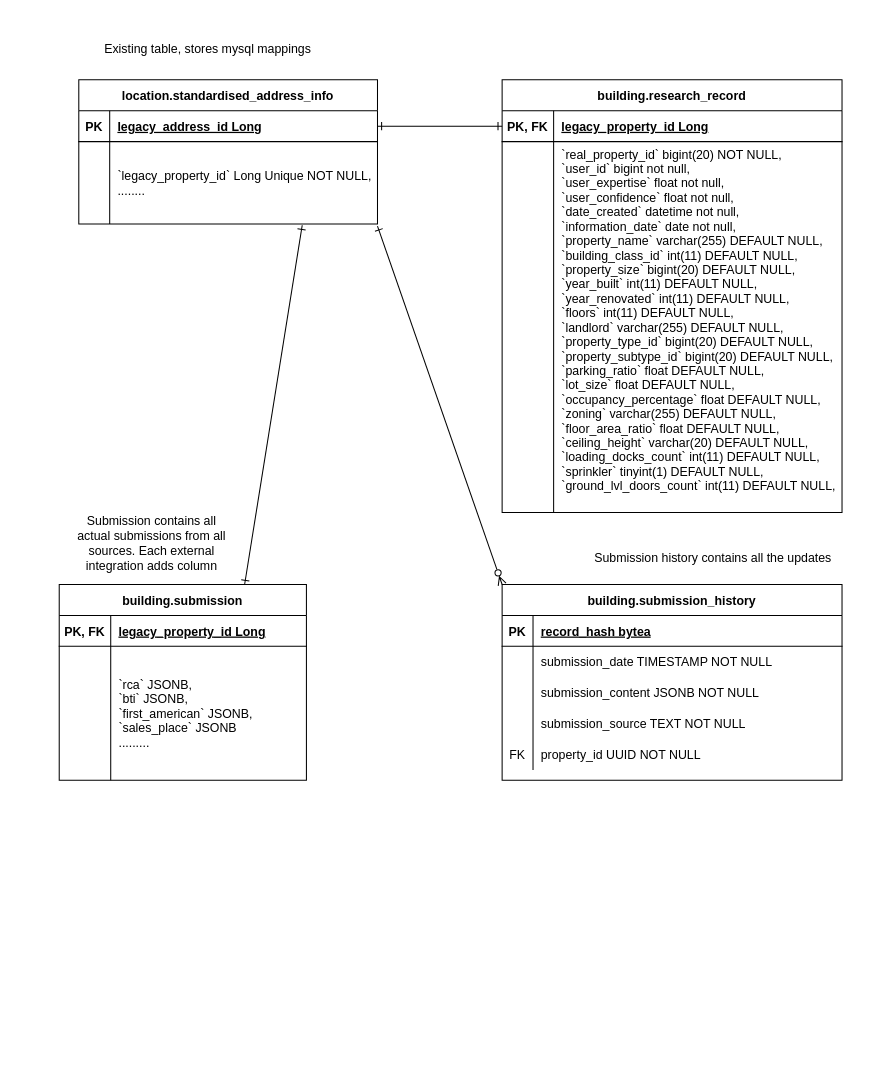
dmitry-worker/schema_gen keeps this draw.io diagram as Untitled Diagram.drawio. Above is the earlier version. Source tidied: cells renumbered, new cells numbered last; positions are measured from the earlier drawing's top-left corner, leaving out a move shared by most shapes. Both pictures are drawn from the tidied source at 103%, with x=0, y=0 at pixel (59, 18).
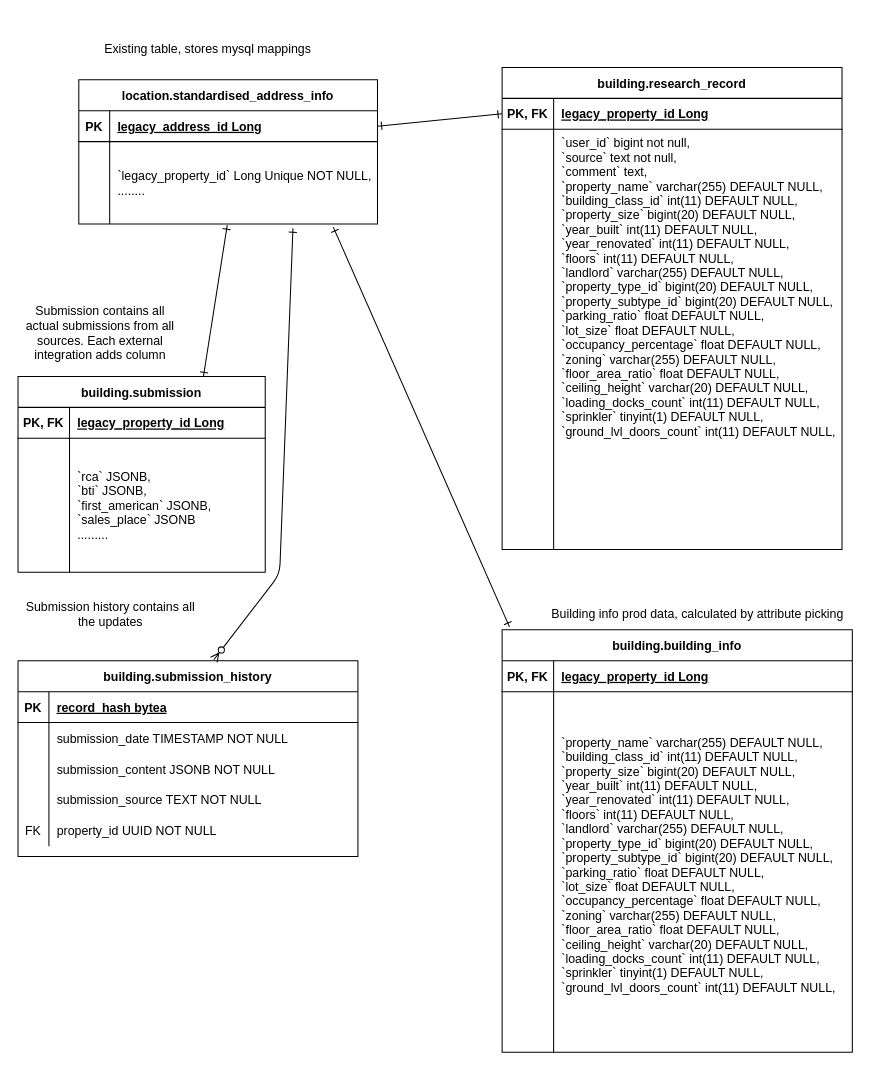
After the change.

Unchanged cells that the change refers to:
```xml
<mxCell id="29" style="shape=partialRectangle;fillColor=none;points=[[0,0.5],[1,0.5]];portConstraint=eastwest;top=0;left=0;right=0;bottom=0;" parent="25" vertex="1">
  <mxGeometry y="60" width="290" height="80" as="geometry" />
</mxCell>
```

Diff of the diagram source:
```diff
@@
     <mxCell id="2" value="building.submission" style="shape=table;startSize=30;childLayout=tableLayout;rowLines=0;fontStyle=1;align=center;" parent="1" vertex="1">
-      <mxGeometry y="550" width="240" height="190" as="geometry" />
+      <mxGeometry x="-40" y="348" width="240" height="190" as="geometry" />
     </mxCell>
@@
     <mxCell id="9" value="building.submission_history" style="shape=table;startSize=30;childLayout=tableLayout;rowLines=0;fontStyle=1;align=center;" parent="1" vertex="1">
-      <mxGeometry x="430" y="550" width="330" height="190" as="geometry" />
+      <mxGeometry x="-40" y="624" width="330" height="190" as="geometry" />
     </mxCell>
@@
-    <mxCell id="32" style="endArrow=ERone;html=1;rounded=1;entryX=0.748;entryY=1.015;entryDx=0;entryDy=0;exitX=0.75;exitY=0;exitDx=0;exitDy=0;startArrow=ERone;startFill=0;endFill=0;entryPerimeter=0;" parent="1" edge="1" source="2" target="29">
+    <mxCell id="32" style="endArrow=ERone;html=1;rounded=1;entryX=0.497;entryY=1.013;entryDx=0;entryDy=0;exitX=0.75;exitY=0;exitDx=0;exitDy=0;startArrow=ERone;startFill=0;endFill=0;entryPerimeter=0;" parent="1" edge="1" source="2" target="29">
       <mxGeometry relative="1" as="geometry" />
     </mxCell>
     <mxCell id="33" value="building.research_record" style="shape=table;startSize=30;childLayout=tableLayout;rowLines=0;fontStyle=1;align=center;" parent="1" vertex="1">
-      <mxGeometry x="430" y="60" width="330" height="420" as="geometry" />
+      <mxGeometry x="430" y="48" width="330" height="468" as="geometry" />
     </mxCell>
@@
     <mxCell id="37" style="shape=partialRectangle;fillColor=none;top=0;left=0;right=0;bottom=0;" parent="33" vertex="1">
-      <mxGeometry y="60" width="330" height="360" as="geometry" />
+      <mxGeometry y="60" width="330" height="408" as="geometry" />
     </mxCell>
     <mxCell id="38" style="shape=partialRectangle;overflow=hidden;fillColor=none;top=0;left=0;bottom=0;right=0;" parent="37" vertex="1">
-      <mxGeometry width="50" height="360" as="geometry" />
+      <mxGeometry width="50" height="408" as="geometry" />
     </mxCell>
-    <mxCell id="39" value="`real_property_id` bigint(20) NOT NULL,&#10;`user_id` bigint not null,&#10;`user_expertise` float not null,&#10;`user_confidence` float not null,&#10;`date_created` datetime not null,&#10;`information_date` date not null,&#10;`property_name` varchar(255) DEFAULT NULL,&#10;`building_class_id` int(11) DEFAULT NULL,&#10;`property_size` bigint(20) DEFAULT NULL,&#10;`year_built` int(11) DEFAULT NULL,&#10;`year_renovated` int(11) DEFAULT NULL,&#10;`floors` int(11) DEFAULT NULL,&#10;`landlord` varchar(255) DEFAULT NULL,&#10;`property_type_id` bigint(20) DEFAULT NULL,&#10;`property_subtype_id` bigint(20) DEFAULT NULL,&#10;`parking_ratio` float DEFAULT NULL,&#10;`lot_size` float DEFAULT NULL,&#10;`occupancy_percentage` float DEFAULT NULL,&#10;`zoning` varchar(255) DEFAULT NULL,&#10;`floor_area_ratio` float DEFAULT NULL,&#10;`ceiling_height` varchar(20) DEFAULT NULL,&#10;`loading_docks_count` int(11) DEFAULT NULL,&#10;`sprinkler` tinyint(1) DEFAULT NULL,&#10;`ground_lvl_doors_count` int(11) DEFAULT NULL,&#10;" style="shape=partialRectangle;overflow=hidden;fillColor=none;top=0;left=0;bottom=0;right=0;align=left;spacingLeft=6;" parent="37" vertex="1">
-      <mxGeometry x="50" width="280" height="360" as="geometry" />
+    <mxCell id="39" value="`user_id` bigint not null,&#10;`source` text not null,&#10;`comment` text,&#10;`property_name` varchar(255) DEFAULT NULL,&#10;`building_class_id` int(11) DEFAULT NULL,&#10;`property_size` bigint(20) DEFAULT NULL,&#10;`year_built` int(11) DEFAULT NULL,&#10;`year_renovated` int(11) DEFAULT NULL,&#10;`floors` int(11) DEFAULT NULL,&#10;`landlord` varchar(255) DEFAULT NULL,&#10;`property_type_id` bigint(20) DEFAULT NULL,&#10;`property_subtype_id` bigint(20) DEFAULT NULL,&#10;`parking_ratio` float DEFAULT NULL,&#10;`lot_size` float DEFAULT NULL,&#10;`occupancy_percentage` float DEFAULT NULL,&#10;`zoning` varchar(255) DEFAULT NULL,&#10;`floor_area_ratio` float DEFAULT NULL,&#10;`ceiling_height` varchar(20) DEFAULT NULL,&#10;`loading_docks_count` int(11) DEFAULT NULL,&#10;`sprinkler` tinyint(1) DEFAULT NULL,&#10;`ground_lvl_doors_count` int(11) DEFAULT NULL,&#10;" style="shape=partialRectangle;overflow=hidden;fillColor=none;top=0;left=0;bottom=0;right=0;align=left;spacingLeft=6;verticalAlign=top;" parent="37" vertex="1">
+      <mxGeometry x="50" width="280" height="408" as="geometry" />
     </mxCell>
@@
     <mxCell id="41" value="Submission contains all actual submissions from all sources. Each external integration adds column" style="text;html=1;strokeColor=none;fillColor=none;align=center;verticalAlign=middle;whiteSpace=wrap;rounded=0;" parent="1" vertex="1">
-      <mxGeometry x="10" y="480" width="160" height="60" as="geometry" />
+      <mxGeometry x="-40" y="276" width="160" height="60" as="geometry" />
     </mxCell>
     <mxCell id="42" value="Submission history contains all the updates" style="text;html=1;strokeColor=none;fillColor=none;align=center;verticalAlign=middle;whiteSpace=wrap;rounded=0;" parent="1" vertex="1">
-      <mxGeometry x="510" y="510" width="250" height="30" as="geometry" />
+      <mxGeometry x="-40" y="564" width="180" height="30" as="geometry" />
     </mxCell>
-    <mxCell id="43" style="endArrow=ERone;html=1;rounded=1;entryX=1;entryY=1.025;entryDx=0;entryDy=0;exitX=0;exitY=0;exitDx=0;exitDy=0;startArrow=ERzeroToMany;startFill=0;endFill=0;entryPerimeter=0;" parent="1" edge="1" source="9" target="29">
-      <mxGeometry relative="1" as="geometry" />
+    <mxCell id="43" style="endArrow=ERone;html=1;rounded=1;entryX=0.717;entryY=1.05;entryDx=0;entryDy=0;exitX=0.576;exitY=-0.005;exitDx=0;exitDy=0;startArrow=ERzeroToMany;startFill=0;endFill=0;entryPerimeter=0;exitPerimeter=0;" parent="1" edge="1" source="9" target="29">
+      <mxGeometry relative="1" as="geometry">
+        <Array as="points">
+          <mxPoint x="214" y="540" />
+        </Array>
+      </mxGeometry>
     </mxCell>
@@
+    <mxCell id="45" value="building.building_info" style="shape=table;startSize=30;childLayout=tableLayout;rowLines=0;fontStyle=1;align=center;" parent="1" vertex="1">
+      <mxGeometry x="430" y="594" width="340" height="410" as="geometry" />
+    </mxCell>
+    <mxCell id="46" style="shape=partialRectangle;fillColor=none;top=0;left=0;right=0;bottom=1;" parent="45" vertex="1">
+      <mxGeometry y="30" width="340" height="30" as="geometry" />
+    </mxCell>
+    <mxCell id="47" value="PK, FK" style="shape=partialRectangle;overflow=hidden;fillColor=none;top=0;left=0;bottom=0;right=0;fontStyle=1;" parent="46" vertex="1">
+      <mxGeometry width="50" height="30" as="geometry" />
+    </mxCell>
+    <mxCell id="48" value="legacy_property_id Long" style="shape=partialRectangle;overflow=hidden;fillColor=none;top=0;left=0;bottom=0;right=0;align=left;spacingLeft=6;fontStyle=5;" parent="46" vertex="1">
+      <mxGeometry x="50" width="290" height="30" as="geometry" />
+    </mxCell>
+    <mxCell id="49" style="shape=partialRectangle;fillColor=none;top=0;left=0;right=0;bottom=0;" parent="45" vertex="1">
+      <mxGeometry y="60" width="340" height="350" as="geometry" />
+    </mxCell>
+    <mxCell id="50" style="shape=partialRectangle;overflow=hidden;fillColor=none;top=0;left=0;bottom=0;right=0;" parent="49" vertex="1">
+      <mxGeometry width="50" height="350" as="geometry" />
+    </mxCell>
+    <mxCell id="51" value="`property_name` varchar(255) DEFAULT NULL,&#10;`building_class_id` int(11) DEFAULT NULL,&#10;`property_size` bigint(20) DEFAULT NULL,&#10;`year_built` int(11) DEFAULT NULL,&#10;`year_renovated` int(11) DEFAULT NULL,&#10;`floors` int(11) DEFAULT NULL,&#10;`landlord` varchar(255) DEFAULT NULL,&#10;`property_type_id` bigint(20) DEFAULT NULL,&#10;`property_subtype_id` bigint(20) DEFAULT NULL,&#10;`parking_ratio` float DEFAULT NULL,&#10;`lot_size` float DEFAULT NULL,&#10;`occupancy_percentage` float DEFAULT NULL,&#10;`zoning` varchar(255) DEFAULT NULL,&#10;`floor_area_ratio` float DEFAULT NULL,&#10;`ceiling_height` varchar(20) DEFAULT NULL,&#10;`loading_docks_count` int(11) DEFAULT NULL,&#10;`sprinkler` tinyint(1) DEFAULT NULL,&#10;`ground_lvl_doors_count` int(11) DEFAULT NULL,&#10;" style="shape=partialRectangle;overflow=hidden;fillColor=none;top=0;left=0;bottom=0;right=0;align=left;spacingLeft=6;" parent="49" vertex="1">
+      <mxGeometry x="50" width="290" height="350" as="geometry" />
+    </mxCell>
+    <mxCell id="52" style="endArrow=ERone;html=1;rounded=1;entryX=0.852;entryY=1.038;entryDx=0;entryDy=0;exitX=0.021;exitY=-0.007;exitDx=0;exitDy=0;startArrow=ERone;startFill=0;endFill=0;entryPerimeter=0;exitPerimeter=0;" parent="1" edge="1" source="45" target="29">
+      <mxGeometry relative="1" as="geometry" />
+    </mxCell>
+    <mxCell id="53" value="Building info prod data, calculated by attribute picking" style="text;html=1;strokeColor=none;fillColor=none;align=center;verticalAlign=middle;whiteSpace=wrap;rounded=0;" parent="1" vertex="1">
+      <mxGeometry x="470" y="564" width="300" height="30" as="geometry" />
+    </mxCell>
```
